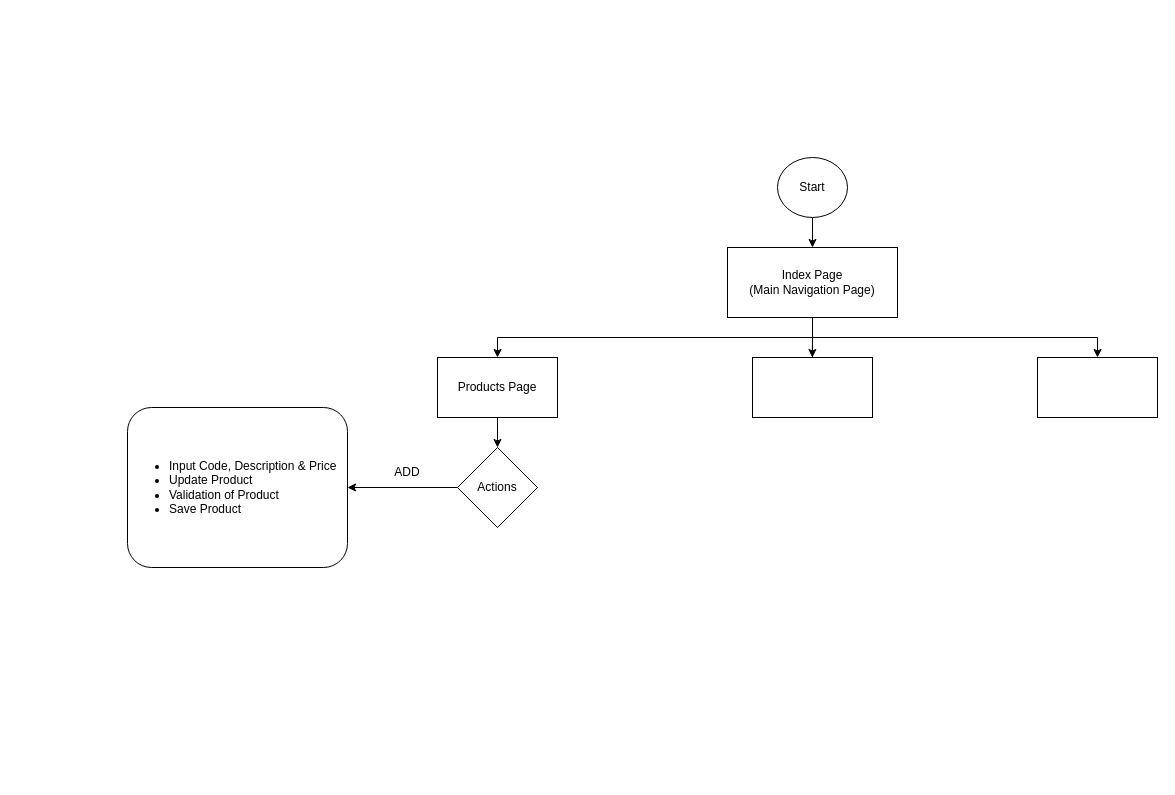
This is Team Project FlowChart.drawio from FranzianoEpoch/Java-II---Team-Project, a draw.io file, before an edit. Source tidied: cells renumbered, new cells numbered last; positions are measured from the earlier drawing's top-left corner, leaving out a move shared by most shapes. Both pictures are drawn from the tidied source at 100%, with x=0, y=0 at pixel (127, 157).
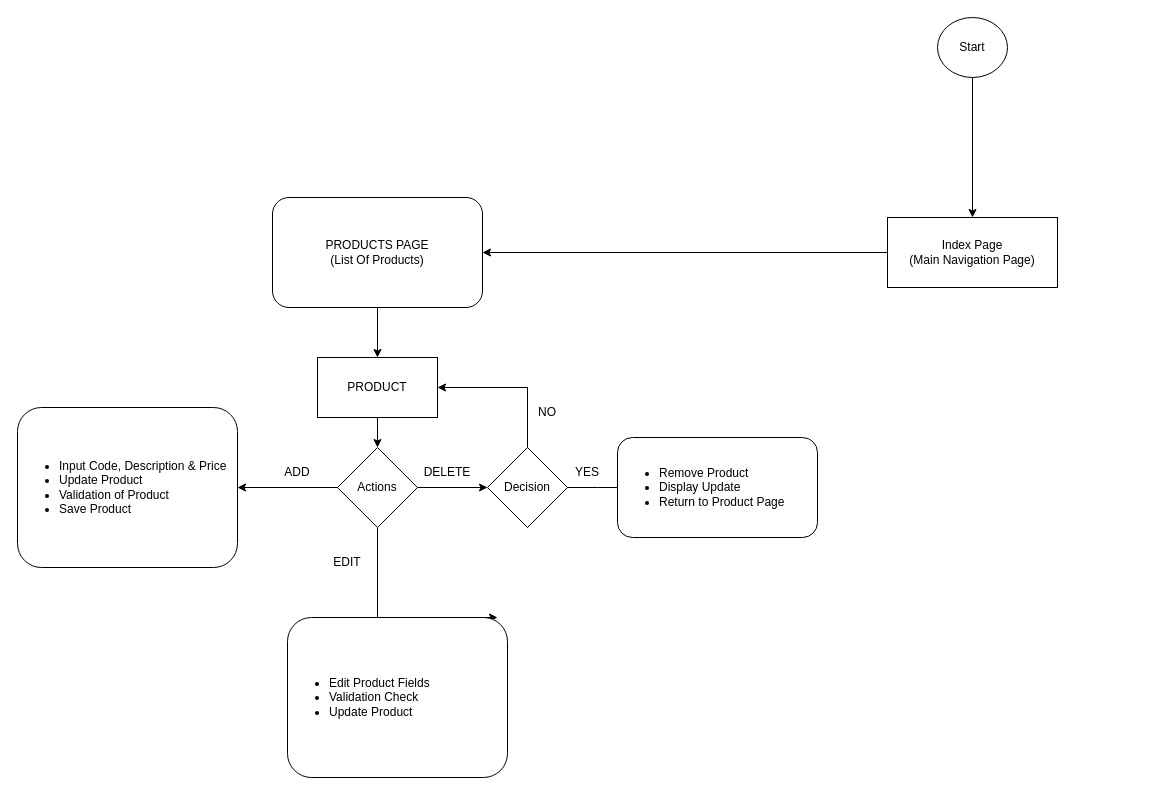
After the change.

Change to the diagram source:
```diff
@@
     <mxCell id="3" value="Start" style="ellipse;whiteSpace=wrap;html=1;" parent="1" vertex="1">
-      <mxGeometry x="650" width="70" height="60" as="geometry" />
+      <mxGeometry x="810" y="-140" width="70" height="60" as="geometry" />
     </mxCell>
-    <mxCell id="4" style="edgeStyle=orthogonalEdgeStyle;rounded=0;jettySize=auto;html=1;exitX=0.5;exitY=0;exitDx=0;exitDy=0;entryX=0.5;entryY=0;entryDx=0;entryDy=0;" parent="1" edge="1" source="11" target="10">
-      <mxGeometry relative="1" as="geometry" />
-    </mxCell>
-    <mxCell id="5" style="edgeStyle=orthogonalEdgeStyle;rounded=0;jettySize=auto;html=1;exitX=0.5;exitY=1;exitDx=0;exitDy=0;" parent="1" edge="1" source="7">
-      <mxGeometry relative="1" as="geometry">
-        <mxPoint x="684.8" y="200" as="targetPoint" />
-      </mxGeometry>
-    </mxCell>
-    <mxCell id="6" style="edgeStyle=orthogonalEdgeStyle;rounded=0;jettySize=auto;html=1;exitX=0.5;exitY=1;exitDx=0;exitDy=0;entryX=0.5;entryY=0;entryDx=0;entryDy=0;" parent="1" edge="1" source="7" target="8">
-      <mxGeometry relative="1" as="geometry" />
-    </mxCell>
+    <mxCell id="16" style="edgeStyle=orthogonalEdgeStyle;rounded=0;jettySize=auto;html=1;entryX=1;entryY=0.5;entryDx=0;entryDy=0;" parent="1" edge="1" source="7" target="29">
+      <mxGeometry relative="1" as="geometry" />
+    </mxCell>
     <mxCell id="7" value="Index Page&lt;div&gt;(Main Navigation Page)&lt;/div&gt;" style="whiteSpace=wrap;html=1;" parent="1" vertex="1">
-      <mxGeometry x="600" y="90" width="170" height="70" as="geometry" />
+      <mxGeometry x="760" y="60" width="170" height="70" as="geometry" />
     </mxCell>
-    <mxCell id="8" style="rounded=0;whiteSpace=wrap;html=1;" parent="1" vertex="1">
-      <mxGeometry x="910" y="200" width="120" height="60" as="geometry" />
-    </mxCell>
@@
-    <mxCell id="10" value="Products Page" style="rounded=0;whiteSpace=wrap;html=1;" parent="1" vertex="1">
-      <mxGeometry x="310" y="200" width="120" height="60" as="geometry" />
+    <mxCell id="10" value="PRODUCT" style="rounded=0;whiteSpace=wrap;html=1;" parent="1" vertex="1">
+      <mxGeometry x="190" y="200" width="120" height="60" as="geometry" />
     </mxCell>
-    <mxCell id="11" style="rounded=0;whiteSpace=wrap;html=1;" parent="1" vertex="1">
-      <mxGeometry x="625" y="200" width="120" height="60" as="geometry" />
-    </mxCell>
@@
+    <mxCell id="17" style="edgeStyle=orthogonalEdgeStyle;rounded=0;jettySize=auto;html=1;" parent="1" edge="1" source="13">
+      <mxGeometry relative="1" as="geometry">
+        <mxPoint x="370" y="460" as="targetPoint" />
+        <Array as="points">
+          <mxPoint x="250" y="460" />
+        </Array>
+      </mxGeometry>
+    </mxCell>
+    <mxCell id="18" style="edgeStyle=orthogonalEdgeStyle;rounded=0;jettySize=auto;html=1;" parent="1" edge="1" source="13" target="23">
+      <mxGeometry relative="1" as="geometry" />
+    </mxCell>
     <mxCell id="13" value="Actions" style="rhombus;whiteSpace=wrap;html=1;" parent="1" vertex="1">
-      <mxGeometry x="330" y="290" width="80" height="80" as="geometry" />
+      <mxGeometry x="210" y="290" width="80" height="80" as="geometry" />
     </mxCell>
     <mxCell id="14" value="&lt;ul&gt;&lt;li&gt;Input Code, Description &amp;amp; Price&lt;/li&gt;&lt;li&gt;Update Product&lt;/li&gt;&lt;li&gt;Validation of Product&lt;/li&gt;&lt;li&gt;Save Product&lt;/li&gt;&lt;/ul&gt;" style="rounded=1;whiteSpace=wrap;html=1;align=left;" parent="1" vertex="1">
-      <mxGeometry y="250" width="220" height="160" as="geometry" />
+      <mxGeometry x="-110" y="250" width="220" height="160" as="geometry" />
     </mxCell>
     <mxCell id="15" value="ADD" style="text;html=1;align=center;verticalAlign=middle;whiteSpace=wrap;rounded=0;" parent="1" vertex="1">
-      <mxGeometry x="250" y="300" width="60" height="30" as="geometry" />
+      <mxGeometry x="140" y="300" width="60" height="30" as="geometry" />
     </mxCell>
+    <mxCell id="19" value="&lt;ul&gt;&lt;li&gt;Edit Product Fields&amp;nbsp;&lt;/li&gt;&lt;li&gt;Validation Check&lt;/li&gt;&lt;li&gt;Update Product&lt;span style=&quot;white-space: pre;&quot;&gt;&#9;&lt;/span&gt;&lt;/li&gt;&lt;/ul&gt;" style="rounded=1;whiteSpace=wrap;html=1;align=left;" parent="1" vertex="1">
+      <mxGeometry x="160" y="460" width="220" height="160" as="geometry" />
+    </mxCell>
+    <mxCell id="20" value="EDIT" style="text;html=1;align=center;verticalAlign=middle;whiteSpace=wrap;rounded=0;" parent="1" vertex="1">
+      <mxGeometry x="190" y="390" width="60" height="30" as="geometry" />
+    </mxCell>
+    <mxCell id="21" style="edgeStyle=orthogonalEdgeStyle;rounded=0;jettySize=auto;html=1;" parent="1" edge="1" source="23">
+      <mxGeometry relative="1" as="geometry">
+        <mxPoint x="500" y="330" as="targetPoint" />
+      </mxGeometry>
+    </mxCell>
+    <mxCell id="22" style="edgeStyle=orthogonalEdgeStyle;rounded=0;jettySize=auto;html=1;entryX=1;entryY=0.5;entryDx=0;entryDy=0;exitX=0.5;exitY=0;exitDx=0;exitDy=0;" parent="1" edge="1" source="23" target="10">
+      <mxGeometry relative="1" as="geometry" />
+    </mxCell>
+    <mxCell id="23" value="Decision" style="rhombus;whiteSpace=wrap;html=1;" parent="1" vertex="1">
+      <mxGeometry x="360" y="290" width="80" height="80" as="geometry" />
+    </mxCell>
+    <mxCell id="24" value="DELETE" style="text;html=1;align=center;verticalAlign=middle;whiteSpace=wrap;rounded=0;" parent="1" vertex="1">
+      <mxGeometry x="290" y="300" width="60" height="30" as="geometry" />
+    </mxCell>
+    <mxCell id="25" value="NO" style="text;html=1;align=center;verticalAlign=middle;whiteSpace=wrap;rounded=0;" parent="1" vertex="1">
+      <mxGeometry x="390" y="240" width="60" height="30" as="geometry" />
+    </mxCell>
+    <mxCell id="26" value="YES" style="text;html=1;align=center;verticalAlign=middle;whiteSpace=wrap;rounded=0;" parent="1" vertex="1">
+      <mxGeometry x="430" y="300" width="60" height="30" as="geometry" />
+    </mxCell>
+    <mxCell id="27" value="&lt;ul&gt;&lt;li&gt;Remove Product&lt;/li&gt;&lt;li&gt;Display Update&lt;/li&gt;&lt;li&gt;Return to Product Page&lt;/li&gt;&lt;/ul&gt;" style="rounded=1;whiteSpace=wrap;html=1;align=left;" parent="1" vertex="1">
+      <mxGeometry x="490" y="280" width="200" height="100" as="geometry" />
+    </mxCell>
+    <mxCell id="28" style="edgeStyle=orthogonalEdgeStyle;rounded=0;jettySize=auto;html=1;" parent="1" edge="1" source="29" target="10">
+      <mxGeometry relative="1" as="geometry" />
+    </mxCell>
+    <mxCell id="29" value="PRODUCTS PAGE&lt;div&gt;(List Of Products)&lt;/div&gt;" style="rounded=1;whiteSpace=wrap;html=1;" parent="1" vertex="1">
+      <mxGeometry x="145" y="40" width="210" height="110" as="geometry" />
+    </mxCell>
```
